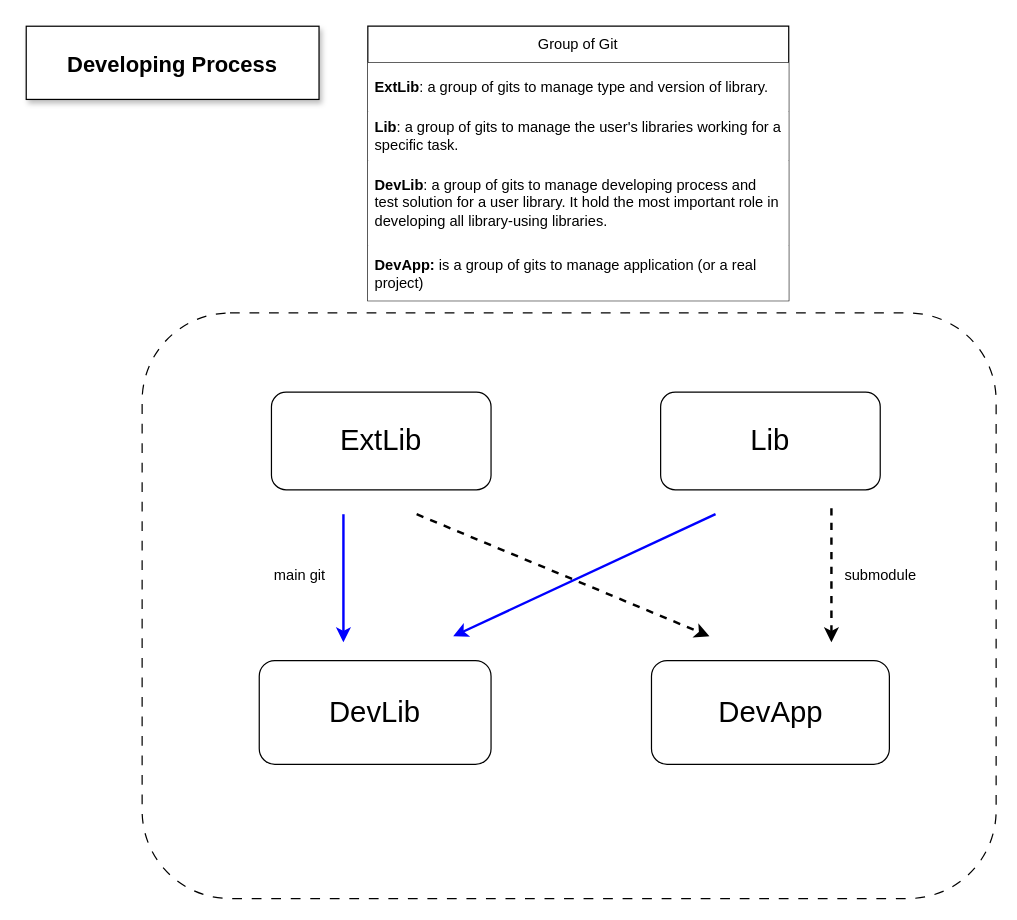
This is page "Next" (3 of 3) of PNIXEventProcess.drawio from huunhan312/CodeDiagram, a draw.io file, before an edit. Source tidied: cells renumbered, new cells numbered last; positions are measured from the earlier drawing's top-left corner, leaving out a move shared by most shapes. Both pictures are drawn from the tidied source at 122%, with x=0, y=0 at pixel (26, 26).
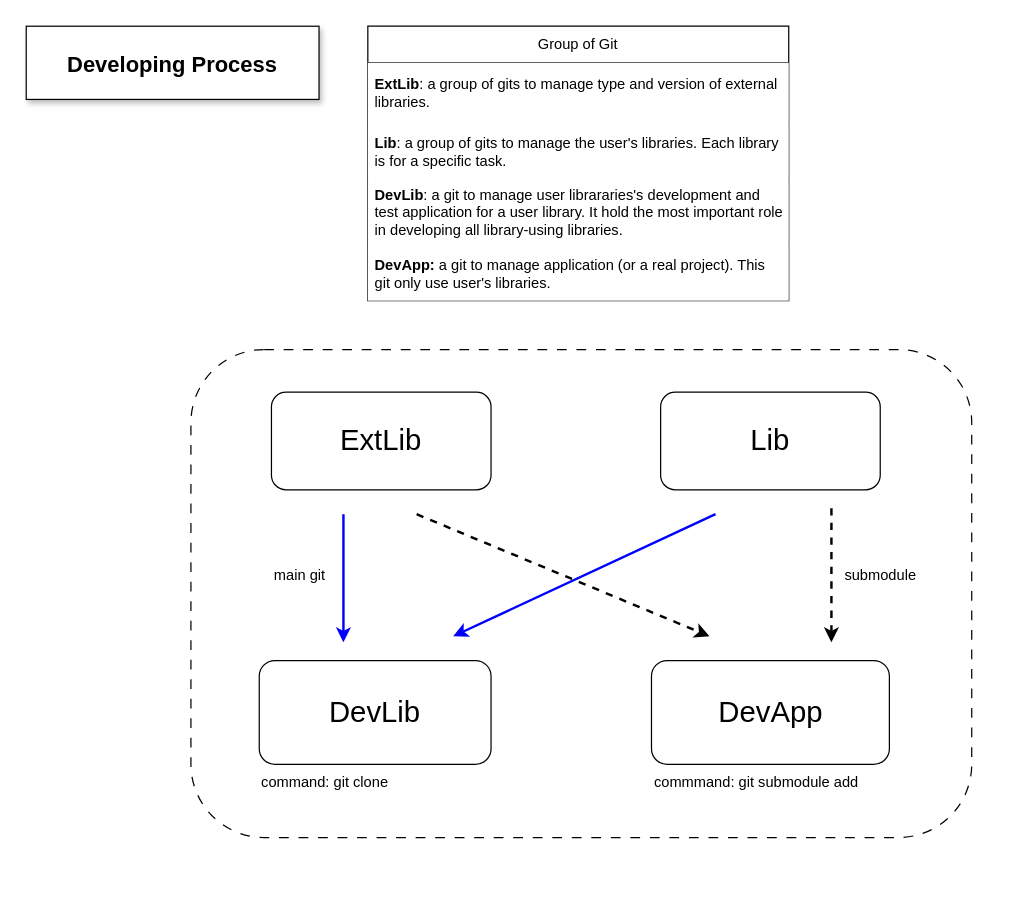
After the change.

The change refers to these unchanged cells:
```xml
<mxCell id="4" value="Group of Git" style="swimlane;fontStyle=0;horizontal=1;startSize=30;whiteSpace=wrap;html=1;" parent="1" vertex="1">
  <mxGeometry x="280" width="345" height="225" as="geometry" />
</mxCell>
```

The edit, as a diff of the source:
```diff
@@
     <mxCell id="2" style="rounded=1;whiteSpace=wrap;html=1;dashed=1;dashPattern=8 8;fillColor=default;strokeWidth=1;" parent="1" vertex="1">
-      <mxGeometry x="95" y="235" width="700" height="480" as="geometry" />
+      <mxGeometry x="135" y="265" width="640" height="400" as="geometry" />
     </mxCell>
@@
-    <mxCell id="5" value="&lt;b&gt;ExtLib&lt;/b&gt;: a group of gits to manage type and version of library." style="text;strokeColor=none;fillColor=default;align=left;verticalAlign=middle;spacingLeft=4;spacingRight=4;overflow=hidden;whiteSpace=wrap;html=1;" parent="4" vertex="1">
-      <mxGeometry y="30" width="345" height="40" as="geometry" />
+    <mxCell id="5" value="&lt;b&gt;ExtLib&lt;/b&gt;: a group of gits to manage type and version of external libraries." style="text;strokeColor=none;fillColor=default;align=left;verticalAlign=middle;spacingLeft=4;spacingRight=4;overflow=hidden;whiteSpace=wrap;html=1;" parent="4" vertex="1">
+      <mxGeometry y="30" width="345" height="50" as="geometry" />
     </mxCell>
-    <mxCell id="6" value="&lt;b&gt;Lib&lt;/b&gt;: a group of gits to manage the user's libraries working for a specific task." style="text;strokeColor=none;fillColor=default;align=left;verticalAlign=middle;spacingLeft=4;spacingRight=4;overflow=hidden;whiteSpace=wrap;html=1;" parent="4" vertex="1">
-      <mxGeometry y="70" width="345" height="40" as="geometry" />
+    <mxCell id="6" value="&lt;b&gt;Lib&lt;/b&gt;: a group of gits to manage the user's libraries. Each library is for a specific task." style="text;strokeColor=none;fillColor=default;align=left;verticalAlign=middle;spacingLeft=4;spacingRight=4;overflow=hidden;whiteSpace=wrap;html=1;" parent="4" vertex="1">
+      <mxGeometry y="80" width="345" height="45" as="geometry" />
     </mxCell>
-    <mxCell id="7" value="&lt;b&gt;DevLib&lt;/b&gt;: a group of gits to manage developing process and test solution for a user library. It hold the most important role in developing all library-using libraries." style="text;strokeColor=none;fillColor=default;align=left;verticalAlign=middle;spacingLeft=4;spacingRight=4;overflow=hidden;whiteSpace=wrap;html=1;" parent="4" vertex="1">
-      <mxGeometry y="110" width="345" height="70" as="geometry" />
+    <mxCell id="7" value="&lt;b&gt;DevLib&lt;/b&gt;: a git to manage user librararies's development and test application for a user library. It hold the most important role in developing all library-using libraries." style="text;strokeColor=none;fillColor=default;align=left;verticalAlign=middle;spacingLeft=4;spacingRight=4;overflow=hidden;whiteSpace=wrap;html=1;" parent="4" vertex="1">
+      <mxGeometry y="125" width="345" height="55" as="geometry" />
     </mxCell>
-    <mxCell id="8" value="&lt;b&gt;DevApp: &lt;/b&gt;is a group of gits to manage application (or a real project)&amp;nbsp;" style="text;strokeColor=none;fillColor=default;align=left;verticalAlign=middle;spacingLeft=4;spacingRight=4;overflow=hidden;whiteSpace=wrap;html=1;" parent="4" vertex="1">
+    <mxCell id="8" value="&lt;b&gt;DevApp: &lt;/b&gt;a git to manage application (or a real project). This git only use user's libraries." style="text;strokeColor=none;fillColor=default;align=left;verticalAlign=middle;spacingLeft=4;spacingRight=4;overflow=hidden;whiteSpace=wrap;html=1;" parent="4" vertex="1">
       <mxGeometry y="180" width="345" height="45" as="geometry" />
     </mxCell>
@@
+    <mxCell id="19" value="command: git clone" style="text;html=1;align=left;verticalAlign=middle;strokeColor=none;fillColor=none;" parent="1" vertex="1">
+      <mxGeometry x="191" y="605" width="125" height="30" as="geometry" />
+    </mxCell>
+    <mxCell id="20" value="commmand: git submodule add" style="text;html=1;align=left;verticalAlign=middle;strokeColor=none;fillColor=none;" parent="1" vertex="1">
+      <mxGeometry x="512.5" y="605" width="190" height="30" as="geometry" />
+    </mxCell>
```
